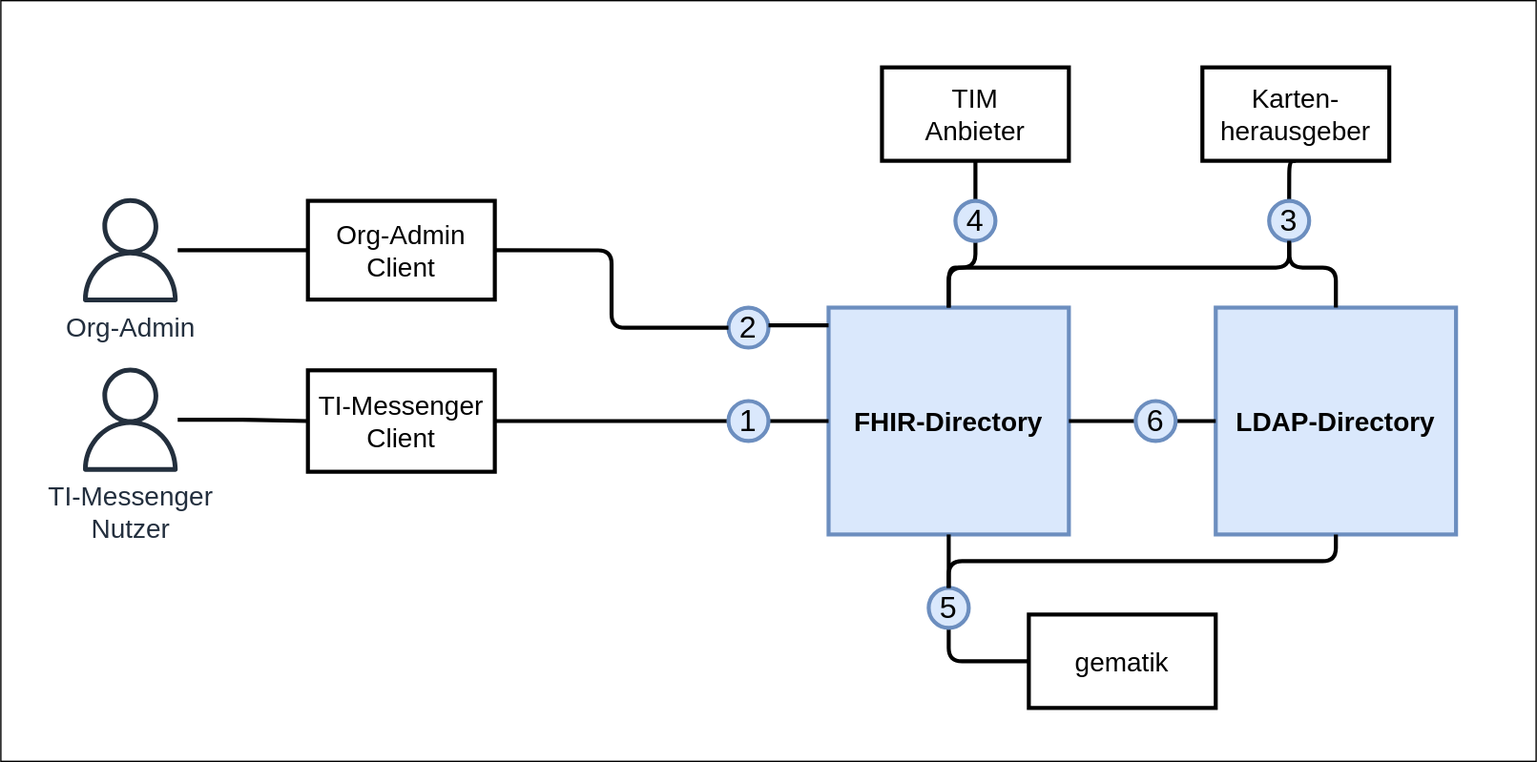
Earlier version of the draw.io export images/FHIR-Directory_Systemkontext.svg (gematik/api-vzd). Source tidied: cells renumbered, new cells last; positions are measured from the earlier drawing's top-left corner, leaving out a move shared by most shapes.
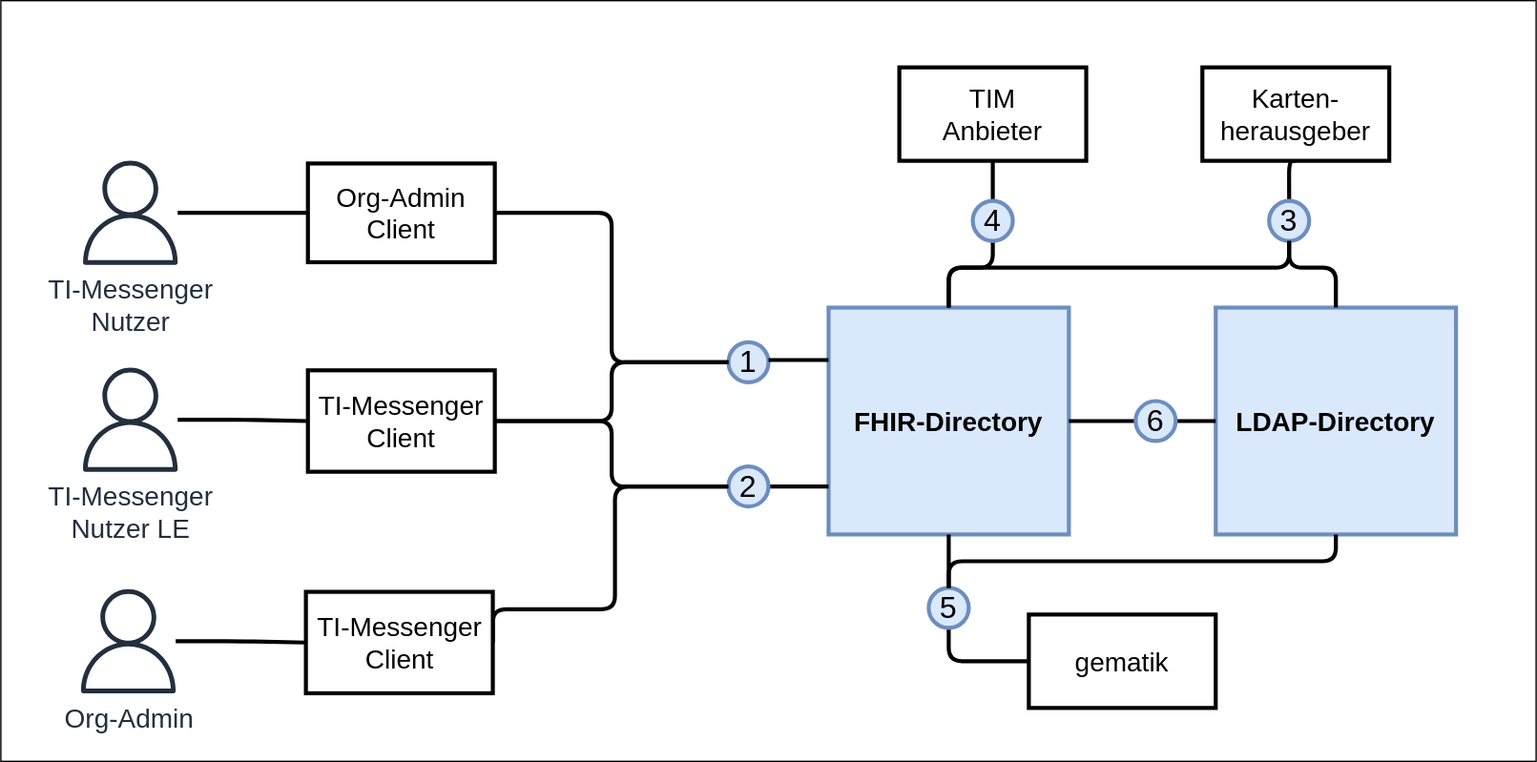
After the change.

The edit, as a diff of the source:
```diff
@@ -32,7 +32,7 @@
       <mxGeometry relative="1" as="geometry" />
     </mxCell>
     <mxCell id="8" value="Org-Admin&lt;br&gt;Client" style="rounded=0;whiteSpace=wrap;html=1;strokeWidth=3;fontSize=20;fontStyle=0;" parent="1" vertex="1">
-      <mxGeometry x="230" y="150" width="140" height="74" as="geometry" />
+      <mxGeometry x="230" y="122" width="140" height="74" as="geometry" />
     </mxCell>
     <mxCell id="9" style="edgeStyle=orthogonalEdgeStyle;jettySize=auto;html=1;exitX=1;exitY=0.5;exitDx=0;exitDy=0;entryX=0;entryY=0.5;entryDx=0;entryDy=0;fontSize=23;fontColor=#999999;endArrow=none;endFill=0;strokeColor=#000000;strokeWidth=3;rounded=1;" parent="1" edge="1" source="10" target="21">
       <mxGeometry relative="1" as="geometry" />
@@ -40,12 +40,12 @@
     <mxCell id="10" value="TI-Messenger Client" style="rounded=0;whiteSpace=wrap;html=1;strokeWidth=3;fontSize=20;fontStyle=0;" parent="1" vertex="1">
       <mxGeometry x="230" y="277" width="140" height="76" as="geometry" />
     </mxCell>
-    <mxCell id="11" style="edgeStyle=orthogonalEdgeStyle;curved=1;jettySize=auto;html=1;exitX=1;exitY=0.5;exitDx=0;exitDy=0;entryX=0;entryY=0.5;entryDx=0;entryDy=0;fontSize=16;endArrow=none;endFill=0;strokeWidth=3;fontStyle=0;" parent="1" edge="1" target="x">
+    <mxCell id="11" style="edgeStyle=orthogonalEdgeStyle;curved=1;orthogonalLoop=1;jettySize=auto;html=1;exitX=1;exitY=0.5;exitDx=0;exitDy=0;entryX=0;entryY=0.5;entryDx=0;entryDy=0;fontSize=16;endArrow=none;endFill=0;strokeWidth=3;fontStyle=0;" parent="1" edge="1">
       <mxGeometry relative="1" as="geometry">
         <mxPoint x="1047" y="315" as="sourcePoint" />
       </mxGeometry>
     </mxCell>
-    <mxCell id="12" style="edgeStyle=orthogonalEdgeStyle;curved=1;jettySize=auto;html=1;exitX=1;exitY=0.5;exitDx=0;exitDy=0;entryX=0;entryY=0.5;entryDx=0;entryDy=0;fontSize=16;endArrow=none;endFill=0;strokeWidth=3;fontStyle=0;" parent="1" edge="1" target="x">
+    <mxCell id="12" style="edgeStyle=orthogonalEdgeStyle;curved=1;orthogonalLoop=1;jettySize=auto;html=1;exitX=1;exitY=0.5;exitDx=0;exitDy=0;entryX=0;entryY=0.5;entryDx=0;entryDy=0;fontSize=16;endArrow=none;endFill=0;strokeWidth=3;fontStyle=0;" parent="1" edge="1">
       <mxGeometry relative="1" as="geometry">
         <mxPoint x="1047" y="225" as="sourcePoint" />
       </mxGeometry>
@@ -53,7 +53,7 @@
     <mxCell id="13" style="edgeStyle=orthogonalEdgeStyle;rounded=1;jettySize=auto;html=1;entryX=0;entryY=0.5;entryDx=0;entryDy=0;fontSize=23;fontColor=#999999;endArrow=none;endFill=0;strokeColor=#000000;strokeWidth=3;" parent="1" edge="1" source="14" target="10">
       <mxGeometry relative="1" as="geometry" />
     </mxCell>
-    <mxCell id="14" value="TI-Messenger&lt;br&gt;Nutzer" style="sketch=0;outlineConnect=0;fontColor=#232F3E;gradientColor=none;fillColor=#232F3D;strokeColor=none;dashed=0;verticalLabelPosition=bottom;verticalAlign=top;align=center;html=1;fontSize=20;fontStyle=0;shape=mxgraph.aws4.user;" parent="1" vertex="1">
+    <mxCell id="14" value="TI-Messenger&lt;br&gt;Nutzer LE" style="sketch=0;outlineConnect=0;fontColor=#232F3E;gradientColor=none;fillColor=#232F3D;strokeColor=none;dashed=0;verticalLabelPosition=bottom;verticalAlign=top;align=center;html=1;fontSize=20;fontStyle=0;shape=mxgraph.aws4.user;" parent="1" vertex="1">
       <mxGeometry x="58" y="275" width="78" height="78" as="geometry" />
     </mxCell>
     <mxCell id="15" style="edgeStyle=orthogonalEdgeStyle;jettySize=auto;html=1;entryX=0.5;entryY=0;entryDx=0;entryDy=0;fontSize=20;endArrow=none;endFill=0;exitX=0.5;exitY=1;exitDx=0;exitDy=0;strokeWidth=3;fontStyle=0;rounded=1;" parent="1" edge="1" source="24" target="17">
@@ -73,28 +73,30 @@
     <mxCell id="19" value="6" style="ellipse;whiteSpace=wrap;html=1;fontSize=23;strokeWidth=3;fontStyle=0;fillColor=#dae8fc;strokeColor=#6c8ebf;" parent="1" vertex="1">
       <mxGeometry x="850" y="300" width="30" height="30" as="geometry" />
     </mxCell>
-    <mxCell id="20" style="edgeStyle=orthogonalEdgeStyle;curved=1;jettySize=auto;html=1;entryX=0;entryY=0.5;entryDx=0;entryDy=0;fontSize=16;endArrow=none;endFill=0;strokeWidth=3;fontStyle=0;" parent="1" edge="1" source="21" target="5">
-      <mxGeometry relative="1" as="geometry" />
+    <mxCell id="20" style="edgeStyle=orthogonalEdgeStyle;curved=1;jettySize=auto;html=1;entryX=0;entryY=0.5;entryDx=0;entryDy=0;fontSize=16;endArrow=none;endFill=0;strokeWidth=3;fontStyle=0;" parent="1" edge="1" source="21">
+      <mxGeometry relative="1" as="geometry">
+        <mxPoint x="620" y="364" as="targetPoint" />
+      </mxGeometry>
     </mxCell>
-    <mxCell id="21" value="&lt;font style=&quot;font-size: 23px&quot;&gt;&lt;span style=&quot;font-size: 23px&quot;&gt;1&lt;/span&gt;&lt;/font&gt;" style="ellipse;whiteSpace=wrap;html=1;fontSize=23;strokeWidth=3;fillColor=#dae8fc;strokeColor=#6c8ebf;fontStyle=0;" parent="1" vertex="1">
-      <mxGeometry x="545" y="300" width="30" height="30" as="geometry" />
+    <mxCell id="21" value="&lt;font style=&quot;font-size: 23px&quot;&gt;&lt;span style=&quot;font-size: 23px&quot;&gt;2&lt;/span&gt;&lt;/font&gt;" style="ellipse;whiteSpace=wrap;html=1;fontSize=23;strokeWidth=3;fillColor=#dae8fc;strokeColor=#6c8ebf;fontStyle=0;" parent="1" vertex="1">
+      <mxGeometry x="545" y="349" width="30" height="30" as="geometry" />
     </mxCell>
     <mxCell id="22" style="edgeStyle=orthogonalEdgeStyle;jettySize=auto;html=1;exitX=0.5;exitY=1;exitDx=0;exitDy=0;entryX=0.5;entryY=0;entryDx=0;entryDy=0;fontSize=20;endArrow=none;endFill=0;strokeWidth=3;fontStyle=0;rounded=1;" parent="1" edge="1" source="23" target="5">
       <mxGeometry relative="1" as="geometry">
         <Array as="points">
-          <mxPoint x="730" y="200" />
+          <mxPoint x="743" y="200" />
           <mxPoint x="710" y="200" />
         </Array>
       </mxGeometry>
     </mxCell>
     <mxCell id="23" value="4" style="ellipse;whiteSpace=wrap;html=1;fontSize=23;strokeWidth=3;fontStyle=0;fillColor=#dae8fc;strokeColor=#6c8ebf;" parent="1" vertex="1">
-      <mxGeometry x="715" y="150" width="30" height="30" as="geometry" />
+      <mxGeometry x="728" y="150" width="30" height="30" as="geometry" />
     </mxCell>
     <mxCell id="24" value="Karten-&lt;br style=&quot;font-size: 20px;&quot;&gt;herausgeber" style="rounded=0;whiteSpace=wrap;html=1;strokeWidth=3;fontSize=20;fontStyle=0;" parent="1" vertex="1">
       <mxGeometry x="900" y="50" width="140" height="70" as="geometry" />
     </mxCell>
     <mxCell id="25" value="TIM&lt;br style=&quot;font-size: 20px&quot;&gt;Anbieter" style="rounded=0;whiteSpace=wrap;html=1;strokeWidth=3;fontSize=20;fontStyle=0;" parent="1" vertex="1">
-      <mxGeometry x="660" y="50" width="140" height="70" as="geometry" />
+      <mxGeometry x="673" y="50" width="140" height="70" as="geometry" />
     </mxCell>
     <mxCell id="26" style="edgeStyle=orthogonalEdgeStyle;rounded=1;jettySize=auto;html=1;exitX=0;exitY=0.5;exitDx=0;exitDy=0;entryX=0.5;entryY=1;entryDx=0;entryDy=0;fontSize=23;fontColor=#999999;endArrow=none;endFill=0;strokeColor=#000000;strokeWidth=3;" parent="1" edge="1" source="28" target="27">
       <mxGeometry relative="1" as="geometry">
@@ -109,8 +111,8 @@
     <mxCell id="28" value="gematik" style="rounded=0;whiteSpace=wrap;html=1;strokeWidth=3;fontSize=20;fontStyle=0;" parent="1" vertex="1">
       <mxGeometry x="770" y="460" width="140" height="70" as="geometry" />
     </mxCell>
-    <mxCell id="29" value="Org-Admin" style="sketch=0;outlineConnect=0;fontColor=#232F3E;gradientColor=none;fillColor=#232F3D;strokeColor=none;dashed=0;verticalLabelPosition=bottom;verticalAlign=top;align=center;html=1;fontSize=20;fontStyle=0;shape=mxgraph.aws4.user;" parent="1" vertex="1">
-      <mxGeometry x="58" y="148" width="78" height="78" as="geometry" />
+    <mxCell id="29" value="TI-Messenger&lt;br&gt;Nutzer" style="sketch=0;outlineConnect=0;fontColor=#232F3E;gradientColor=none;fillColor=#232F3D;strokeColor=none;dashed=0;verticalLabelPosition=bottom;verticalAlign=top;align=center;html=1;fontSize=20;fontStyle=0;shape=mxgraph.aws4.user;" parent="1" vertex="1">
+      <mxGeometry x="58" y="120" width="78" height="78" as="geometry" />
     </mxCell>
     <mxCell id="30" style="edgeStyle=orthogonalEdgeStyle;rounded=1;jettySize=auto;html=1;entryX=0;entryY=0.5;entryDx=0;entryDy=0;fontSize=23;fontColor=#999999;endArrow=none;endFill=0;strokeColor=#000000;strokeWidth=3;" parent="1" edge="1" source="29" target="8">
       <mxGeometry relative="1" as="geometry" />
@@ -131,13 +133,13 @@
         </Array>
       </mxGeometry>
     </mxCell>
-    <mxCell id="33" value="&lt;font style=&quot;font-size: 23px;&quot;&gt;&lt;span style=&quot;font-size: 23px;&quot;&gt;2&lt;/span&gt;&lt;/font&gt;" style="ellipse;whiteSpace=wrap;html=1;fontSize=23;strokeWidth=3;fillColor=#dae8fc;strokeColor=#6c8ebf;fontStyle=0;" parent="1" vertex="1">
-      <mxGeometry x="545" y="230" width="30" height="30" as="geometry" />
+    <mxCell id="33" value="&lt;font style=&quot;font-size: 23px&quot;&gt;&lt;span style=&quot;font-size: 23px&quot;&gt;1&lt;/span&gt;&lt;/font&gt;" style="ellipse;whiteSpace=wrap;html=1;fontSize=23;strokeWidth=3;fillColor=#dae8fc;strokeColor=#6c8ebf;fontStyle=0;" parent="1" vertex="1">
+      <mxGeometry x="545" y="256" width="30" height="30" as="geometry" />
     </mxCell>
     <mxCell id="34" style="edgeStyle=orthogonalEdgeStyle;curved=1;orthogonalLoop=1;jettySize=auto;html=1;entryX=0;entryY=0.5;entryDx=0;entryDy=0;fontSize=16;endArrow=none;endFill=0;strokeWidth=3;fontStyle=0;" parent="1" edge="1">
       <mxGeometry relative="1" as="geometry">
-        <mxPoint x="575" y="243.3" as="sourcePoint" />
-        <mxPoint x="620" y="243.3" as="targetPoint" />
+        <mxPoint x="575" y="269.3" as="sourcePoint" />
+        <mxPoint x="620" y="269.3" as="targetPoint" />
       </mxGeometry>
     </mxCell>
     <mxCell id="35" style="edgeStyle=orthogonalEdgeStyle;rounded=1;jettySize=auto;html=1;entryX=0;entryY=0.5;entryDx=0;entryDy=0;fontSize=23;fontColor=#999999;endArrow=none;endFill=0;strokeColor=#000000;strokeWidth=3;exitX=1;exitY=0.5;exitDx=0;exitDy=0;" parent="1" edge="1" source="8" target="33">
@@ -152,5 +154,25 @@
         </Array>
       </mxGeometry>
     </mxCell>
+    <mxCell id="37" style="edgeStyle=orthogonalEdgeStyle;jettySize=auto;html=1;exitX=1;exitY=0.5;exitDx=0;exitDy=0;entryX=0;entryY=0.5;entryDx=0;entryDy=0;fontSize=23;fontColor=#999999;endArrow=none;endFill=0;strokeColor=#000000;strokeWidth=3;rounded=1;" parent="1" edge="1" source="38" target="21">
+      <mxGeometry relative="1" as="geometry">
+        <Array as="points">
+          <mxPoint x="460" y="456" />
+          <mxPoint x="460" y="364" />
+        </Array>
+      </mxGeometry>
+    </mxCell>
+    <mxCell id="38" value="TI-Messenger Client" style="rounded=0;whiteSpace=wrap;html=1;strokeWidth=3;fontSize=20;fontStyle=0;" parent="1" vertex="1">
+      <mxGeometry x="228.5" y="443" width="140" height="76" as="geometry" />
+    </mxCell>
+    <mxCell id="39" style="edgeStyle=orthogonalEdgeStyle;rounded=1;jettySize=auto;html=1;entryX=0;entryY=0.5;entryDx=0;entryDy=0;fontSize=23;fontColor=#999999;endArrow=none;endFill=0;strokeColor=#000000;strokeWidth=3;" parent="1" edge="1" source="40" target="38">
+      <mxGeometry relative="1" as="geometry" />
+    </mxCell>
+    <mxCell id="40" value="Org-Admin" style="sketch=0;outlineConnect=0;fontColor=#232F3E;gradientColor=none;fillColor=#232F3D;strokeColor=none;dashed=0;verticalLabelPosition=bottom;verticalAlign=top;align=center;html=1;fontSize=20;fontStyle=0;shape=mxgraph.aws4.user;" parent="1" vertex="1">
+      <mxGeometry x="56.5" y="441" width="78" height="78" as="geometry" />
+    </mxCell>
+    <mxCell id="41" style="edgeStyle=orthogonalEdgeStyle;jettySize=auto;html=1;exitX=1;exitY=0.5;exitDx=0;exitDy=0;entryX=0;entryY=0.5;entryDx=0;entryDy=0;fontSize=23;fontColor=#999999;endArrow=none;endFill=0;strokeColor=#000000;strokeWidth=3;rounded=1;" parent="1" edge="1" source="10" target="33">
+      <mxGeometry relative="1" as="geometry" />
+    </mxCell>
   </root>
 </mxGraphModel>
```
